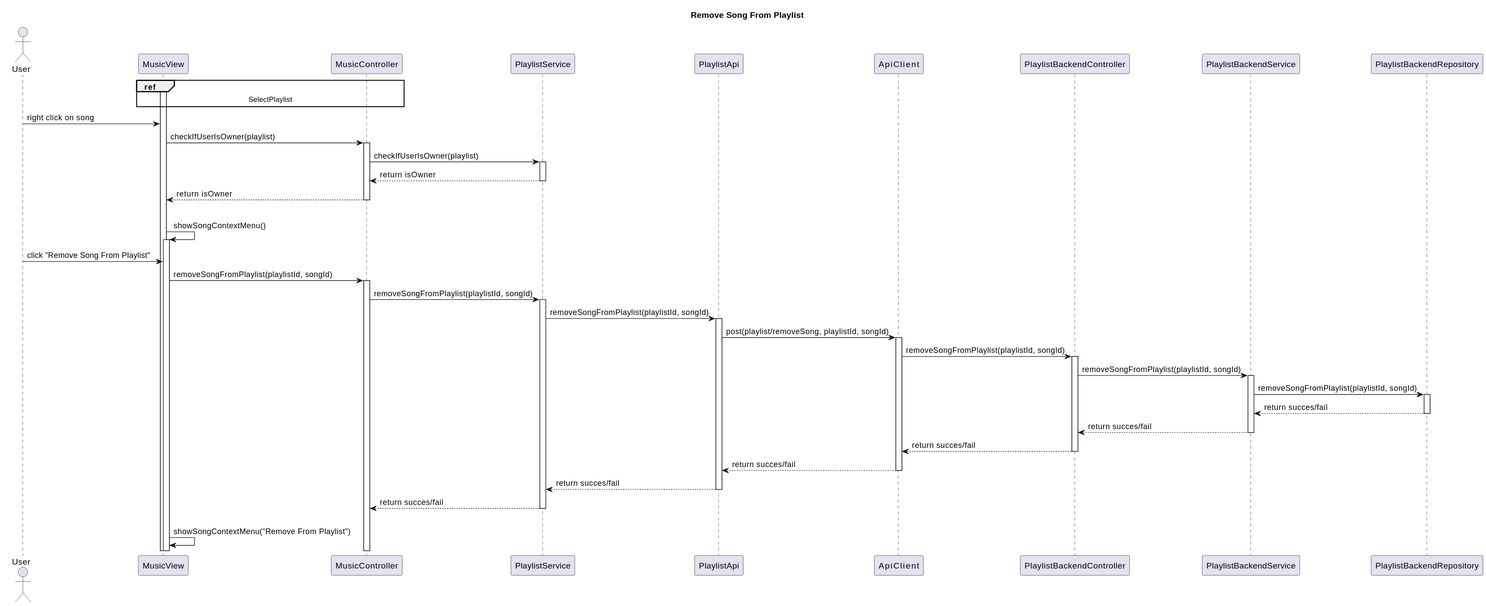
Before: Paradoteo_4/SequenceDiagrams-v0.3/RemoveSongFromPlaylist.svg, a diagram exported from PlantUML (RubenKingCP/Tunix).
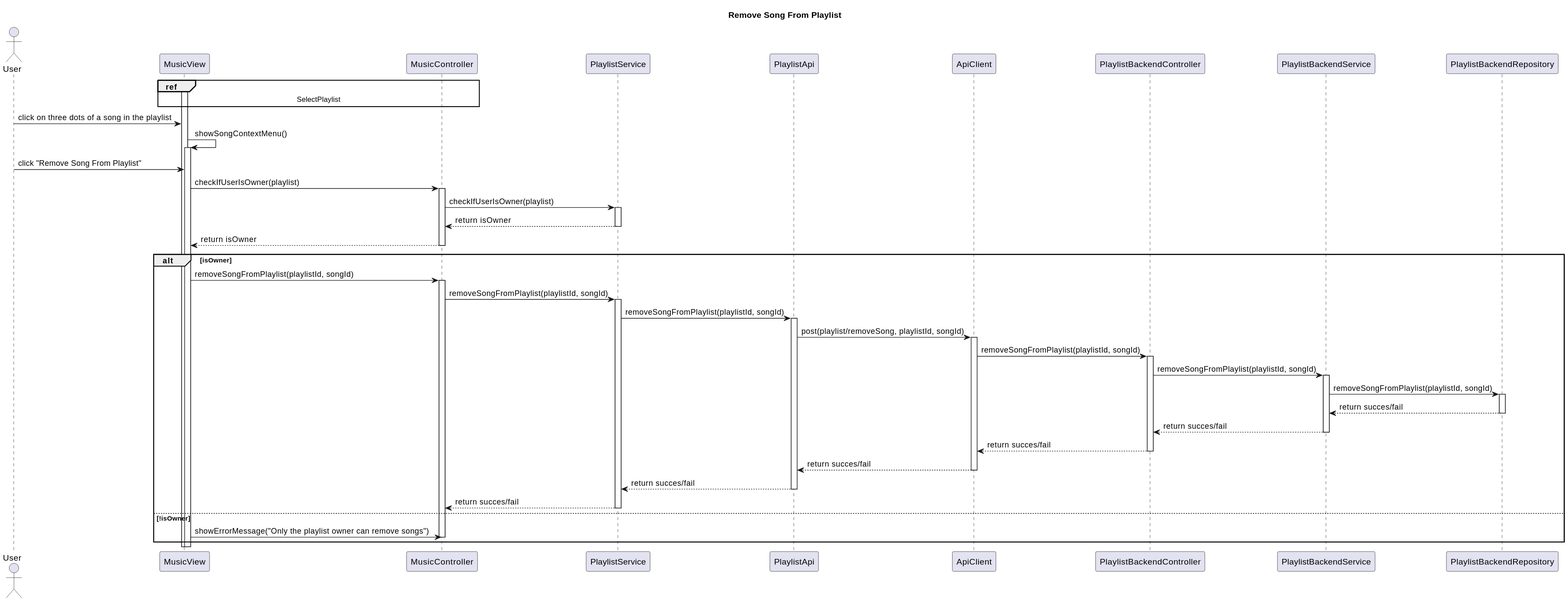
Above is the later version.

The edit, as a diff of the source:
```diff
@@ -7,7 +7,7 @@
 participant MusicController
 participant PlaylistService
 participant PlaylistApi
-participant ApiService
+participant ApiClient
 participant PlaylistBackendController
 participant PlaylistBackendService
 participant PlaylistBackendRepository
@@ -17,28 +17,30 @@
 SelectPlaylist
 end ref
 activate MusicView
-User -> MusicView : right click on song
-MusicView -> MusicController : checkIfUserIsOwner(playlist)
-activate MusicController
-MusicController -> PlaylistService : checkIfUserIsOwner(playlist)
-activate PlaylistService
-PlaylistService --> MusicController : return isOwner
-deactivate PlaylistService
-MusicController --> MusicView : return isOwner
-deactivate MusicController
-alt isOwner
+User -> MusicView : click on three dots of a song in the playlist
+
+
     MusicView -> MusicView : showSongContextMenu()
     activate MusicView
     User -> MusicView : click "Remove Song From Playlist"
+    MusicView -> MusicController : checkIfUserIsOwner(playlist)
+    activate MusicController
+    MusicController -> PlaylistService : checkIfUserIsOwner(playlist)
+    activate PlaylistService
+    PlaylistService --> MusicController : return isOwner
+    deactivate PlaylistService
+    MusicController --> MusicView : return isOwner
+    deactivate MusicController
+    alt isOwner
     MusicView -> MusicController : removeSongFromPlaylist(playlistId, songId)
     activate MusicController
     MusicController -> PlaylistService : removeSongFromPlaylist(playlistId, songId)
     activate PlaylistService
     PlaylistService -> PlaylistApi : removeSongFromPlaylist(playlistId, songId)
     activate PlaylistApi
-    PlaylistApi -> ApiService : post(playlist/removeSong, playlistId, songId)
-    activate ApiService
-    ApiService -> PlaylistBackendController : removeSongFromPlaylist(playlistId, songId)
+    PlaylistApi -> ApiClient : post(playlist/removeSong, playlistId, songId)
+    activate ApiClient
+    ApiClient -> PlaylistBackendController : removeSongFromPlaylist(playlistId, songId)
     activate PlaylistBackendController
     PlaylistBackendController -> PlaylistBackendService : removeSongFromPlaylist(playlistId, songId)
     activate PlaylistBackendService
@@ -48,14 +50,16 @@
     deactivate PlaylistBackendRepository
     PlaylistBackendService --> PlaylistBackendController : return succes/fail
     deactivate PlaylistBackendService
-    PlaylistBackendController --> ApiService : return succes/fail
+    PlaylistBackendController --> ApiClient : return succes/fail
     deactivate PlaylistBackendController
-    ApiService --> PlaylistApi : return succes/fail
-    deactivate ApiService
+    ApiClient --> PlaylistApi : return succes/fail
+    deactivate ApiClient
     PlaylistApi --> PlaylistService : return succes/fail
     deactivate PlaylistApi
     PlaylistService --> MusicController : return succes/fail
     deactivate PlaylistService
-else !isOwner
-    MusicView -> MusicView : showSongContextMenu("Remove From Playlist")
+    else !isOwner
+    MusicView -> MusicController : showErrorMessage("Only the playlist owner can remove songs")
+    deactivate MusicController
+    end
 @enduml
```
